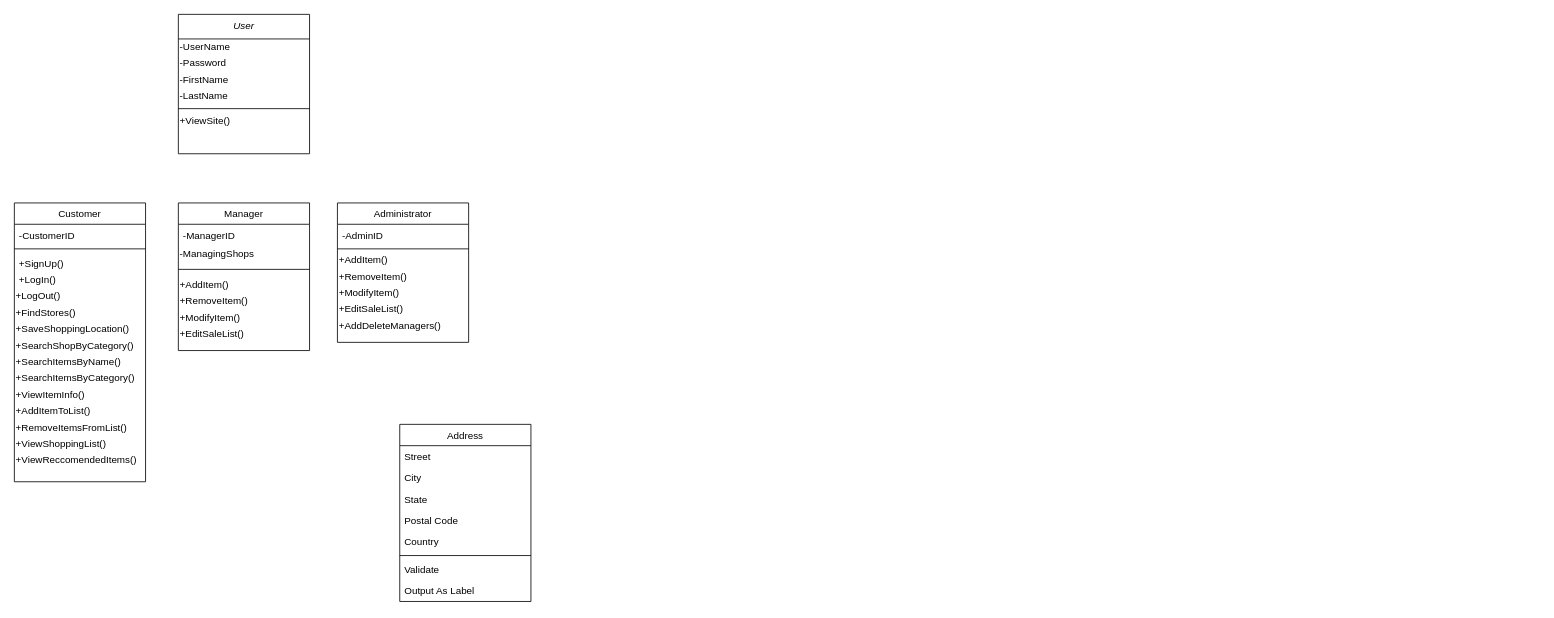
WindFlyLewa5/diagrams keeps this draw.io diagram as Midterm_EECS3311.drawio. Above is the earlier version. Source tidied: cells renumbered, new cells numbered last; positions are measured from the earlier drawing's top-left corner, leaving out a move shared by most shapes. Both pictures are drawn from the tidied source at 82%, with x=0, y=0 at pixel (14, 14).
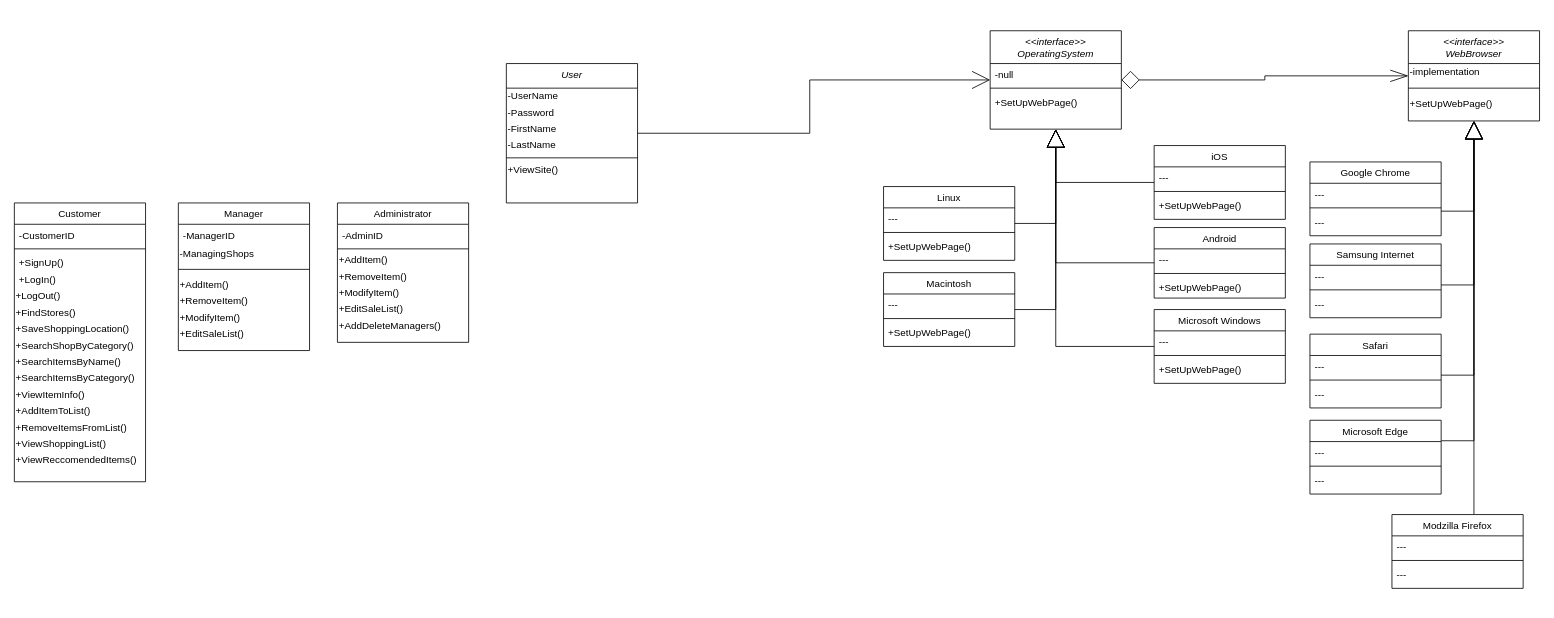
Above is the later version.

Change to the diagram source:
```diff
@@
+    <mxCell id="50" style="edgeStyle=orthogonalEdgeStyle;rounded=0;jettySize=auto;html=1;endArrow=open;endFill=0;strokeWidth=1;endSize=20;startSize=20;" parent="1" edge="1" source="2" target="53">
+      <mxGeometry relative="1" as="geometry" />
+    </mxCell>
     <mxCell id="2" value="User" style="swimlane;fontStyle=2;align=center;verticalAlign=top;horizontal=1;startSize=30;rounded=0;shadow=0;strokeWidth=1;" parent="1" vertex="1">
-      <mxGeometry x="200" width="160" height="170" as="geometry" />
+      <mxGeometry x="600" y="60" width="160" height="170" as="geometry" />
     </mxCell>
@@
-    <mxCell id="33" value="Address" style="swimlane;fontStyle=0;align=center;verticalAlign=top;horizontal=1;startSize=26;rounded=0;shadow=0;strokeWidth=1;" parent="1" vertex="1">
-      <mxGeometry x="470" y="500" width="160" height="216" as="geometry" />
+    <mxCell id="33" value="&lt;&lt;interface&gt;&gt;&#10;WebBrowser" style="swimlane;fontStyle=2;align=center;verticalAlign=top;horizontal=1;startSize=40;rounded=0;shadow=0;strokeWidth=1;" parent="1" vertex="1">
+      <mxGeometry x="1700" y="20" width="160" height="110" as="geometry" />
     </mxCell>
-    <mxCell id="34" value="Street" style="text;align=left;verticalAlign=top;spacingLeft=4;spacingRight=4;overflow=hidden;" parent="33" vertex="1">
-      <mxGeometry y="26" width="160" height="26" as="geometry" />
-    </mxCell>
-    <mxCell id="35" value="City" style="text;align=left;verticalAlign=top;spacingLeft=4;spacingRight=4;overflow=hidden;rounded=0;shadow=0;html=0;" parent="33" vertex="1">
-      <mxGeometry y="52" width="160" height="26" as="geometry" />
-    </mxCell>
-    <mxCell id="36" value="State" style="text;align=left;verticalAlign=top;spacingLeft=4;spacingRight=4;overflow=hidden;rounded=0;shadow=0;html=0;" parent="33" vertex="1">
-      <mxGeometry y="78" width="160" height="26" as="geometry" />
-    </mxCell>
-    <mxCell id="37" value="Postal Code" style="text;align=left;verticalAlign=top;spacingLeft=4;spacingRight=4;overflow=hidden;rounded=0;shadow=0;html=0;" parent="33" vertex="1">
-      <mxGeometry y="104" width="160" height="26" as="geometry" />
-    </mxCell>
-    <mxCell id="38" value="Country" style="text;align=left;verticalAlign=top;spacingLeft=4;spacingRight=4;overflow=hidden;rounded=0;shadow=0;html=0;" parent="33" vertex="1">
-      <mxGeometry y="130" width="160" height="26" as="geometry" />
-    </mxCell>
+    <mxCell id="51" value="-implementation" style="text;html=1;align=left;verticalAlign=middle;strokeColor=none;fillColor=none;" parent="33" vertex="1">
+      <mxGeometry y="40" width="160" height="20" as="geometry" />
+    </mxCell>
     <mxCell id="39" style="line;html=1;strokeWidth=1;align=left;verticalAlign=middle;spacingTop=-1;spacingLeft=3;spacingRight=3;labelPosition=right;" parent="33" vertex="1">
-      <mxGeometry y="156" width="160" height="8" as="geometry" />
+      <mxGeometry y="60" width="160" height="20" as="geometry" />
     </mxCell>
-    <mxCell id="40" value="Validate" style="text;align=left;verticalAlign=top;spacingLeft=4;spacingRight=4;overflow=hidden;" parent="33" vertex="1">
-      <mxGeometry y="164" width="160" height="26" as="geometry" />
-    </mxCell>
-    <mxCell id="41" value="Output As Label" style="text;align=left;verticalAlign=top;spacingLeft=4;spacingRight=4;overflow=hidden;" parent="33" vertex="1">
-      <mxGeometry y="190" width="160" height="26" as="geometry" />
-    </mxCell>
+    <mxCell id="52" value="+SetUpWebPage()" style="text;html=1;align=left;verticalAlign=middle;strokeColor=none;fillColor=none;" parent="33" vertex="1">
+      <mxGeometry y="80" width="160" height="20" as="geometry" />
+    </mxCell>
@@
+    <mxCell id="53" value="&lt;&lt;interface&gt;&gt;&#10;OperatingSystem" style="swimlane;fontStyle=2;align=center;verticalAlign=top;horizontal=1;startSize=40;rounded=0;shadow=0;strokeWidth=1;" parent="1" vertex="1">
+      <mxGeometry x="1190" y="20" width="160" height="120" as="geometry" />
+    </mxCell>
+    <mxCell id="54" value="-null" style="text;align=left;verticalAlign=top;spacingLeft=4;spacingRight=4;overflow=hidden;" parent="53" vertex="1">
+      <mxGeometry y="40" width="160" height="26" as="geometry" />
+    </mxCell>
+    <mxCell id="55" style="line;html=1;strokeWidth=1;align=left;verticalAlign=middle;spacingTop=-1;spacingLeft=3;spacingRight=3;labelPosition=right;" parent="53" vertex="1">
+      <mxGeometry y="66" width="160" height="8" as="geometry" />
+    </mxCell>
+    <mxCell id="56" value="+SetUpWebPage()" style="text;align=left;verticalAlign=top;spacingLeft=4;spacingRight=4;overflow=hidden;" parent="53" vertex="1">
+      <mxGeometry y="74" width="160" height="26" as="geometry" />
+    </mxCell>
+    <mxCell id="57" style="edgeStyle=orthogonalEdgeStyle;rounded=0;jumpSize=6;jettySize=auto;html=1;startArrow=none;startFill=0;endArrow=block;endFill=0;startSize=20;endSize=20;strokeColor=#000000;strokeWidth=1;" parent="1" edge="1" source="58" target="53">
+      <mxGeometry relative="1" as="geometry">
+        <Array as="points">
+          <mxPoint x="1270" y="360" />
+        </Array>
+      </mxGeometry>
+    </mxCell>
+    <mxCell id="58" value="Macintosh" style="swimlane;fontStyle=0;align=center;verticalAlign=top;horizontal=1;startSize=26;rounded=0;shadow=0;strokeWidth=1;" parent="1" vertex="1">
+      <mxGeometry x="1060" y="315" width="160" height="90" as="geometry" />
+    </mxCell>
+    <mxCell id="59" value="---" style="text;align=left;verticalAlign=top;spacingLeft=4;spacingRight=4;overflow=hidden;" parent="58" vertex="1">
+      <mxGeometry y="26" width="160" height="26" as="geometry" />
+    </mxCell>
+    <mxCell id="60" style="line;html=1;strokeWidth=1;align=left;verticalAlign=middle;spacingTop=-1;spacingLeft=3;spacingRight=3;labelPosition=right;" parent="58" vertex="1">
+      <mxGeometry y="52" width="160" height="8" as="geometry" />
+    </mxCell>
+    <mxCell id="61" value="+SetUpWebPage()" style="text;align=left;verticalAlign=top;spacingLeft=4;spacingRight=4;overflow=hidden;" parent="58" vertex="1">
+      <mxGeometry y="60" width="160" height="26" as="geometry" />
+    </mxCell>
+    <mxCell id="62" style="edgeStyle=orthogonalEdgeStyle;rounded=0;jettySize=auto;html=1;endArrow=block;endFill=0;jumpSize=6;strokeWidth=1;endSize=20;startSize=20;" parent="1" edge="1" source="63" target="33">
+      <mxGeometry relative="1" as="geometry">
+        <Array as="points">
+          <mxPoint x="1780" y="470" />
+        </Array>
+      </mxGeometry>
+    </mxCell>
+    <mxCell id="63" value="Modzilla Firefox" style="swimlane;fontStyle=0;align=center;verticalAlign=top;horizontal=1;startSize=26;rounded=0;shadow=0;strokeWidth=1;" parent="1" vertex="1">
+      <mxGeometry x="1680" y="610" width="160" height="90" as="geometry" />
+    </mxCell>
+    <mxCell id="64" value="---" style="text;align=left;verticalAlign=top;spacingLeft=4;spacingRight=4;overflow=hidden;" parent="63" vertex="1">
+      <mxGeometry y="26" width="160" height="26" as="geometry" />
+    </mxCell>
+    <mxCell id="65" style="line;html=1;strokeWidth=1;align=left;verticalAlign=middle;spacingTop=-1;spacingLeft=3;spacingRight=3;labelPosition=right;" parent="63" vertex="1">
+      <mxGeometry y="52" width="160" height="8" as="geometry" />
+    </mxCell>
+    <mxCell id="66" value="---" style="text;align=left;verticalAlign=top;spacingLeft=4;spacingRight=4;overflow=hidden;" parent="63" vertex="1">
+      <mxGeometry y="60" width="160" height="26" as="geometry" />
+    </mxCell>
+    <mxCell id="67" style="edgeStyle=orthogonalEdgeStyle;rounded=0;jumpSize=6;jettySize=auto;html=1;startArrow=none;startFill=0;endArrow=block;endFill=0;startSize=20;endSize=20;strokeColor=#000000;strokeWidth=1;" parent="1" edge="1" source="68" target="53">
+      <mxGeometry relative="1" as="geometry" />
+    </mxCell>
+    <mxCell id="68" value="iOS" style="swimlane;fontStyle=0;align=center;verticalAlign=top;horizontal=1;startSize=26;rounded=0;shadow=0;strokeWidth=1;" parent="1" vertex="1">
+      <mxGeometry x="1390" y="160" width="160" height="90" as="geometry" />
+    </mxCell>
+    <mxCell id="69" value="---" style="text;align=left;verticalAlign=top;spacingLeft=4;spacingRight=4;overflow=hidden;" parent="68" vertex="1">
+      <mxGeometry y="26" width="160" height="26" as="geometry" />
+    </mxCell>
+    <mxCell id="70" style="line;html=1;strokeWidth=1;align=left;verticalAlign=middle;spacingTop=-1;spacingLeft=3;spacingRight=3;labelPosition=right;" parent="68" vertex="1">
+      <mxGeometry y="52" width="160" height="8" as="geometry" />
+    </mxCell>
+    <mxCell id="71" value="+SetUpWebPage()" style="text;align=left;verticalAlign=top;spacingLeft=4;spacingRight=4;overflow=hidden;" parent="68" vertex="1">
+      <mxGeometry y="60" width="160" height="26" as="geometry" />
+    </mxCell>
+    <mxCell id="72" style="edgeStyle=orthogonalEdgeStyle;rounded=0;jumpSize=6;jettySize=auto;html=1;startArrow=none;startFill=0;endArrow=block;endFill=0;startSize=20;endSize=20;strokeColor=#000000;strokeWidth=1;" parent="1" edge="1" source="73" target="53">
+      <mxGeometry relative="1" as="geometry" />
+    </mxCell>
+    <mxCell id="73" value="Android" style="swimlane;fontStyle=0;align=center;verticalAlign=top;horizontal=1;startSize=26;rounded=0;shadow=0;strokeWidth=1;" parent="1" vertex="1">
+      <mxGeometry x="1390" y="260" width="160" height="86" as="geometry" />
+    </mxCell>
+    <mxCell id="74" value="---" style="text;align=left;verticalAlign=top;spacingLeft=4;spacingRight=4;overflow=hidden;" parent="73" vertex="1">
+      <mxGeometry y="26" width="160" height="26" as="geometry" />
+    </mxCell>
+    <mxCell id="75" style="line;html=1;strokeWidth=1;align=left;verticalAlign=middle;spacingTop=-1;spacingLeft=3;spacingRight=3;labelPosition=right;" parent="73" vertex="1">
+      <mxGeometry y="52" width="160" height="8" as="geometry" />
+    </mxCell>
+    <mxCell id="76" value="+SetUpWebPage()" style="text;align=left;verticalAlign=top;spacingLeft=4;spacingRight=4;overflow=hidden;" parent="73" vertex="1">
+      <mxGeometry y="60" width="160" height="26" as="geometry" />
+    </mxCell>
+    <mxCell id="77" style="edgeStyle=orthogonalEdgeStyle;rounded=0;jumpSize=6;jettySize=auto;html=1;startArrow=none;startFill=0;endArrow=block;endFill=0;startSize=20;endSize=20;strokeColor=#000000;strokeWidth=1;" parent="1" edge="1" source="78" target="53">
+      <mxGeometry relative="1" as="geometry" />
+    </mxCell>
+    <mxCell id="78" value="Microsoft Windows" style="swimlane;fontStyle=0;align=center;verticalAlign=top;horizontal=1;startSize=26;rounded=0;shadow=0;strokeWidth=1;" parent="1" vertex="1">
+      <mxGeometry x="1390" y="360" width="160" height="90" as="geometry" />
+    </mxCell>
+    <mxCell id="79" value="---" style="text;align=left;verticalAlign=top;spacingLeft=4;spacingRight=4;overflow=hidden;" parent="78" vertex="1">
+      <mxGeometry y="26" width="160" height="26" as="geometry" />
+    </mxCell>
+    <mxCell id="80" style="line;html=1;strokeWidth=1;align=left;verticalAlign=middle;spacingTop=-1;spacingLeft=3;spacingRight=3;labelPosition=right;" parent="78" vertex="1">
+      <mxGeometry y="52" width="160" height="8" as="geometry" />
+    </mxCell>
+    <mxCell id="81" value="+SetUpWebPage()" style="text;align=left;verticalAlign=top;spacingLeft=4;spacingRight=4;overflow=hidden;" parent="78" vertex="1">
+      <mxGeometry y="60" width="160" height="26" as="geometry" />
+    </mxCell>
+    <mxCell id="82" style="edgeStyle=orthogonalEdgeStyle;rounded=0;jumpSize=6;jettySize=auto;html=1;startArrow=none;startFill=0;endArrow=block;endFill=0;startSize=20;endSize=20;strokeColor=#000000;strokeWidth=1;" parent="1" edge="1" source="83" target="53">
+      <mxGeometry relative="1" as="geometry">
+        <Array as="points">
+          <mxPoint x="1270" y="255" />
+        </Array>
+      </mxGeometry>
+    </mxCell>
+    <mxCell id="83" value="Linux" style="swimlane;fontStyle=0;align=center;verticalAlign=top;horizontal=1;startSize=26;rounded=0;shadow=0;strokeWidth=1;" parent="1" vertex="1">
+      <mxGeometry x="1060" y="210" width="160" height="90" as="geometry" />
+    </mxCell>
+    <mxCell id="84" value="---" style="text;align=left;verticalAlign=top;spacingLeft=4;spacingRight=4;overflow=hidden;" parent="83" vertex="1">
+      <mxGeometry y="26" width="160" height="26" as="geometry" />
+    </mxCell>
+    <mxCell id="85" style="line;html=1;strokeWidth=1;align=left;verticalAlign=middle;spacingTop=-1;spacingLeft=3;spacingRight=3;labelPosition=right;" parent="83" vertex="1">
+      <mxGeometry y="52" width="160" height="8" as="geometry" />
+    </mxCell>
+    <mxCell id="86" value="+SetUpWebPage()" style="text;align=left;verticalAlign=top;spacingLeft=4;spacingRight=4;overflow=hidden;" parent="83" vertex="1">
+      <mxGeometry y="60" width="160" height="26" as="geometry" />
+    </mxCell>
+    <mxCell id="87" style="edgeStyle=orthogonalEdgeStyle;rounded=0;jumpSize=6;jettySize=auto;html=1;endArrow=block;endFill=0;strokeColor=#000000;strokeWidth=1;endSize=20;startSize=20;" parent="1" edge="1" source="88" target="33">
+      <mxGeometry relative="1" as="geometry">
+        <Array as="points">
+          <mxPoint x="1780" y="240" />
+        </Array>
+      </mxGeometry>
+    </mxCell>
+    <mxCell id="88" value="Google Chrome" style="swimlane;fontStyle=0;align=center;verticalAlign=top;horizontal=1;startSize=26;rounded=0;shadow=0;strokeWidth=1;" parent="1" vertex="1">
+      <mxGeometry x="1580" y="180" width="160" height="90" as="geometry" />
+    </mxCell>
+    <mxCell id="89" value="---" style="text;align=left;verticalAlign=top;spacingLeft=4;spacingRight=4;overflow=hidden;" parent="88" vertex="1">
+      <mxGeometry y="26" width="160" height="26" as="geometry" />
+    </mxCell>
+    <mxCell id="90" style="line;html=1;strokeWidth=1;align=left;verticalAlign=middle;spacingTop=-1;spacingLeft=3;spacingRight=3;labelPosition=right;" parent="88" vertex="1">
+      <mxGeometry y="52" width="160" height="8" as="geometry" />
+    </mxCell>
+    <mxCell id="91" value="---" style="text;align=left;verticalAlign=top;spacingLeft=4;spacingRight=4;overflow=hidden;" parent="88" vertex="1">
+      <mxGeometry y="60" width="160" height="26" as="geometry" />
+    </mxCell>
+    <mxCell id="92" style="edgeStyle=orthogonalEdgeStyle;rounded=0;jumpSize=6;jettySize=auto;html=1;endArrow=block;endFill=0;strokeColor=#000000;strokeWidth=1;entryX=0.5;entryY=1;entryDx=0;entryDy=0;endSize=20;startSize=20;" parent="1" edge="1" source="93" target="33">
+      <mxGeometry relative="1" as="geometry">
+        <Array as="points">
+          <mxPoint x="1780" y="440" />
+        </Array>
+      </mxGeometry>
+    </mxCell>
+    <mxCell id="93" value="Safari" style="swimlane;fontStyle=0;align=center;verticalAlign=top;horizontal=1;startSize=26;rounded=0;shadow=0;strokeWidth=1;" parent="1" vertex="1">
+      <mxGeometry x="1580" y="390" width="160" height="90" as="geometry" />
+    </mxCell>
+    <mxCell id="94" value="---" style="text;align=left;verticalAlign=top;spacingLeft=4;spacingRight=4;overflow=hidden;" parent="93" vertex="1">
+      <mxGeometry y="26" width="160" height="26" as="geometry" />
+    </mxCell>
+    <mxCell id="95" style="line;html=1;strokeWidth=1;align=left;verticalAlign=middle;spacingTop=-1;spacingLeft=3;spacingRight=3;labelPosition=right;" parent="93" vertex="1">
+      <mxGeometry y="52" width="160" height="8" as="geometry" />
+    </mxCell>
+    <mxCell id="96" value="---" style="text;align=left;verticalAlign=top;spacingLeft=4;spacingRight=4;overflow=hidden;" parent="93" vertex="1">
+      <mxGeometry y="60" width="160" height="26" as="geometry" />
+    </mxCell>
+    <mxCell id="97" style="edgeStyle=orthogonalEdgeStyle;rounded=0;jumpSize=6;jettySize=auto;html=1;endArrow=block;endFill=0;strokeColor=#000000;strokeWidth=1;endSize=20;startSize=20;" parent="1" edge="1" source="98" target="33">
+      <mxGeometry relative="1" as="geometry">
+        <Array as="points">
+          <mxPoint x="1780" y="520" />
+        </Array>
+      </mxGeometry>
+    </mxCell>
+    <mxCell id="98" value="Microsoft Edge" style="swimlane;fontStyle=0;align=center;verticalAlign=top;horizontal=1;startSize=26;rounded=0;shadow=0;strokeWidth=1;" parent="1" vertex="1">
+      <mxGeometry x="1580" y="495" width="160" height="90" as="geometry" />
+    </mxCell>
+    <mxCell id="99" value="---" style="text;align=left;verticalAlign=top;spacingLeft=4;spacingRight=4;overflow=hidden;" parent="98" vertex="1">
+      <mxGeometry y="26" width="160" height="26" as="geometry" />
+    </mxCell>
+    <mxCell id="100" style="line;html=1;strokeWidth=1;align=left;verticalAlign=middle;spacingTop=-1;spacingLeft=3;spacingRight=3;labelPosition=right;" parent="98" vertex="1">
+      <mxGeometry y="52" width="160" height="8" as="geometry" />
+    </mxCell>
+    <mxCell id="101" value="---" style="text;align=left;verticalAlign=top;spacingLeft=4;spacingRight=4;overflow=hidden;" parent="98" vertex="1">
+      <mxGeometry y="60" width="160" height="26" as="geometry" />
+    </mxCell>
+    <mxCell id="102" style="edgeStyle=orthogonalEdgeStyle;rounded=0;jumpSize=6;jettySize=auto;html=1;endArrow=block;endFill=0;strokeColor=#000000;strokeWidth=1;endSize=20;startSize=20;" parent="1" edge="1" source="103" target="33">
+      <mxGeometry relative="1" as="geometry">
+        <Array as="points">
+          <mxPoint x="1780" y="330" />
+        </Array>
+      </mxGeometry>
+    </mxCell>
+    <mxCell id="103" value="Samsung Internet" style="swimlane;fontStyle=0;align=center;verticalAlign=top;horizontal=1;startSize=26;rounded=0;shadow=0;strokeWidth=1;" parent="1" vertex="1">
+      <mxGeometry x="1580" y="280" width="160" height="90" as="geometry" />
+    </mxCell>
+    <mxCell id="104" value="---" style="text;align=left;verticalAlign=top;spacingLeft=4;spacingRight=4;overflow=hidden;" parent="103" vertex="1">
+      <mxGeometry y="26" width="160" height="26" as="geometry" />
+    </mxCell>
+    <mxCell id="105" style="line;html=1;strokeWidth=1;align=left;verticalAlign=middle;spacingTop=-1;spacingLeft=3;spacingRight=3;labelPosition=right;" parent="103" vertex="1">
+      <mxGeometry y="52" width="160" height="8" as="geometry" />
+    </mxCell>
+    <mxCell id="106" value="---" style="text;align=left;verticalAlign=top;spacingLeft=4;spacingRight=4;overflow=hidden;" parent="103" vertex="1">
+      <mxGeometry y="60" width="160" height="26" as="geometry" />
+    </mxCell>
+    <mxCell id="107" style="edgeStyle=orthogonalEdgeStyle;rounded=0;jumpSize=6;jettySize=auto;html=1;endArrow=openThin;endFill=0;strokeColor=#000000;strokeWidth=1;startArrow=diamond;startFill=0;startSize=20;endSize=20;" parent="1" edge="1" source="53" target="33">
+      <mxGeometry relative="1" as="geometry" />
+    </mxCell>
```
